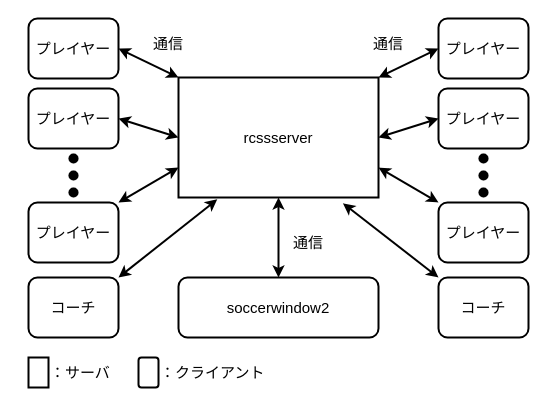
SuperTikuwa/thesis-images keeps this draw.io diagram as 2/environment.drawio. Above is the earlier version. Source tidied: cells renumbered, new cells numbered last; positions are measured from the earlier drawing's top-left corner, leaving out a move shared by most shapes. Both pictures are drawn from the tidied source at 100%, with x=0, y=0 at pixel (28, 18).
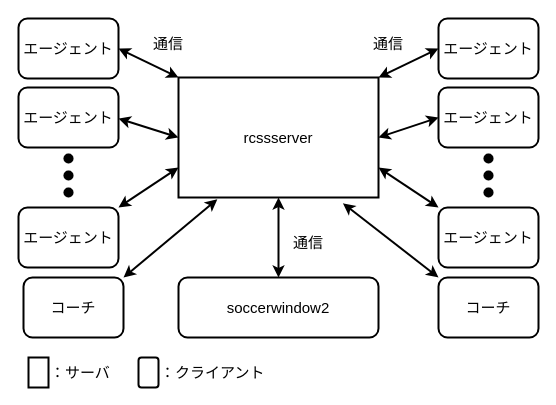
The same page after the edit.

Commit message:
environment.drawio を更新します

The change refers to these unchanged cells:
```xml
<mxCell id="2" value="rcssserver" style="rounded=0;whiteSpace=wrap;html=1;fontSize=15;strokeWidth=2;" parent="1" vertex="1">
  <mxGeometry x="150" y="59" width="200" height="120" as="geometry" />
</mxCell>
```

Change to the diagram source:
```diff
@@
-    <mxCell id="3" value="&lt;font style=&quot;font-size: 15px;&quot;&gt;プレイヤー&lt;/font&gt;" style="rounded=1;whiteSpace=wrap;html=1;fontSize=15;strokeWidth=2;" parent="1" vertex="1">
-      <mxGeometry width="90" height="60" as="geometry" />
-    </mxCell>
-    <mxCell id="4" value="プレイヤー" style="rounded=1;whiteSpace=wrap;html=1;fontSize=15;strokeWidth=2;" parent="1" vertex="1">
-      <mxGeometry y="70" width="90" height="60" as="geometry" />
-    </mxCell>
-    <mxCell id="5" value="プレイヤー" style="rounded=1;whiteSpace=wrap;html=1;fontSize=15;strokeWidth=2;" parent="1" vertex="1">
-      <mxGeometry x="410" width="90" height="60" as="geometry" />
+    <mxCell id="5" value="エージェント" style="rounded=1;whiteSpace=wrap;html=1;fontSize=15;strokeWidth=2;" parent="1" vertex="1">
+      <mxGeometry x="410" width="100" height="60" as="geometry" />
     </mxCell>
-    <mxCell id="6" value="プレイヤー" style="rounded=1;whiteSpace=wrap;html=1;fontSize=15;strokeWidth=2;" parent="1" vertex="1">
-      <mxGeometry y="184" width="90" height="60" as="geometry" />
-    </mxCell>
     <mxCell id="7" style="ellipse;whiteSpace=wrap;html=1;fontSize=15;strokeWidth=0;fillColor=#000000;" parent="1" vertex="1">
-      <mxGeometry x="40" y="135" width="10" height="10" as="geometry" />
+      <mxGeometry x="35" y="135" width="10" height="10" as="geometry" />
     </mxCell>
     <mxCell id="8" style="ellipse;whiteSpace=wrap;html=1;fontSize=15;strokeWidth=0;fillColor=#000000;" parent="1" vertex="1">
-      <mxGeometry x="40" y="152" width="10" height="10" as="geometry" />
+      <mxGeometry x="35" y="152" width="10" height="10" as="geometry" />
     </mxCell>
     <mxCell id="9" style="ellipse;whiteSpace=wrap;html=1;fontSize=15;strokeWidth=0;fillColor=#000000;" parent="1" vertex="1">
-      <mxGeometry x="40" y="169" width="10" height="10" as="geometry" />
+      <mxGeometry x="35" y="169" width="10" height="10" as="geometry" />
     </mxCell>
     <mxCell id="10" style="ellipse;whiteSpace=wrap;html=1;fontSize=15;strokeWidth=0;fillColor=#000000;" parent="1" vertex="1">
-      <mxGeometry x="450" y="135" width="10" height="10" as="geometry" />
+      <mxGeometry x="455" y="135" width="10" height="10" as="geometry" />
     </mxCell>
     <mxCell id="11" style="ellipse;whiteSpace=wrap;html=1;fontSize=15;strokeWidth=0;fillColor=#000000;" parent="1" vertex="1">
-      <mxGeometry x="450" y="152" width="10" height="10" as="geometry" />
+      <mxGeometry x="455" y="152" width="10" height="10" as="geometry" />
     </mxCell>
     <mxCell id="12" style="ellipse;whiteSpace=wrap;html=1;fontSize=15;strokeWidth=0;fillColor=#000000;" parent="1" vertex="1">
-      <mxGeometry x="450" y="169" width="10" height="10" as="geometry" />
+      <mxGeometry x="455" y="169" width="10" height="10" as="geometry" />
     </mxCell>
-    <mxCell id="13" value="プレイヤー" style="rounded=1;whiteSpace=wrap;html=1;fontSize=15;strokeWidth=2;" parent="1" vertex="1">
-      <mxGeometry x="410" y="70" width="90" height="60" as="geometry" />
-    </mxCell>
-    <mxCell id="14" value="プレイヤー" style="rounded=1;whiteSpace=wrap;html=1;fontSize=15;strokeWidth=2;" parent="1" vertex="1">
-      <mxGeometry x="410" y="184" width="90" height="60" as="geometry" />
-    </mxCell>
-    <mxCell id="15" style="endArrow=classic;startArrow=classic;html=1;rounded=0;fontSize=15;strokeWidth=2;entryX=0;entryY=0;entryDx=0;entryDy=0;exitX=1;exitY=0.5;exitDx=0;exitDy=0;" parent="1" edge="1" source="3" target="2">
+    <mxCell id="15" style="endArrow=classic;startArrow=classic;html=1;rounded=0;fontSize=15;strokeWidth=2;entryX=0;entryY=0;entryDx=0;entryDy=0;exitX=1;exitY=0.5;exitDx=0;exitDy=0;" parent="1" edge="1" source="37" target="2">
       <mxGeometry relative="1" as="geometry" />
     </mxCell>
-    <mxCell id="16" style="endArrow=classic;startArrow=classic;html=1;rounded=0;fontSize=15;strokeWidth=2;exitX=1;exitY=0.5;exitDx=0;exitDy=0;entryX=0;entryY=0.5;entryDx=0;entryDy=0;" parent="1" edge="1" source="4" target="2">
-      <mxGeometry relative="1" as="geometry" />
+    <mxCell id="16" style="endArrow=classic;startArrow=classic;html=1;rounded=0;fontSize=15;strokeWidth=2;exitX=1;exitY=0.5;exitDx=0;exitDy=0;entryX=0;entryY=0.5;entryDx=0;entryDy=0;" parent="1" edge="1" target="2">
+      <mxGeometry relative="1" as="geometry">
+        <mxPoint x="90" y="100" as="sourcePoint" />
+      </mxGeometry>
     </mxCell>
-    <mxCell id="17" style="endArrow=classic;startArrow=classic;html=1;rounded=0;fontSize=15;strokeWidth=2;exitX=1;exitY=0;exitDx=0;exitDy=0;entryX=0;entryY=0.75;entryDx=0;entryDy=0;" parent="1" edge="1" source="6" target="2">
+    <mxCell id="17" style="endArrow=classic;startArrow=classic;html=1;rounded=0;fontSize=15;strokeWidth=2;exitX=1;exitY=0;exitDx=0;exitDy=0;entryX=0;entryY=0.75;entryDx=0;entryDy=0;" parent="1" edge="1" source="38" target="2">
       <mxGeometry relative="1" as="geometry" />
     </mxCell>
@@
-    <mxCell id="19" style="endArrow=classic;startArrow=classic;html=1;rounded=0;fontSize=15;strokeWidth=2;exitX=0;exitY=0.5;exitDx=0;exitDy=0;entryX=1;entryY=0.5;entryDx=0;entryDy=0;" parent="1" edge="1" source="13" target="2">
+    <mxCell id="19" style="endArrow=classic;startArrow=classic;html=1;rounded=0;fontSize=15;strokeWidth=2;exitX=0;exitY=0.5;exitDx=0;exitDy=0;entryX=1;entryY=0.5;entryDx=0;entryDy=0;" parent="1" edge="1" source="36" target="2">
       <mxGeometry relative="1" as="geometry" />
     </mxCell>
-    <mxCell id="20" style="endArrow=classic;startArrow=classic;html=1;rounded=0;fontSize=15;strokeWidth=2;entryX=1;entryY=0.75;entryDx=0;entryDy=0;exitX=0;exitY=0;exitDx=0;exitDy=0;" parent="1" edge="1" source="14" target="2">
+    <mxCell id="20" style="endArrow=classic;startArrow=classic;html=1;rounded=0;fontSize=15;strokeWidth=2;entryX=1;entryY=0.75;entryDx=0;entryDy=0;exitX=0;exitY=0;exitDx=0;exitDy=0;" parent="1" edge="1" source="35" target="2">
       <mxGeometry relative="1" as="geometry" />
     </mxCell>
@@
-    <mxCell id="25" value="コーチ" style="rounded=1;whiteSpace=wrap;html=1;fontSize=15;strokeWidth=2;" parent="1" vertex="1">
-      <mxGeometry y="259" width="90" height="60" as="geometry" />
-    </mxCell>
@@
     <mxCell id="28" value="コーチ" style="rounded=1;whiteSpace=wrap;html=1;fontSize=15;strokeWidth=2;" parent="1" vertex="1">
-      <mxGeometry x="410" y="259" width="90" height="60" as="geometry" />
+      <mxGeometry x="410" y="259" width="100" height="60" as="geometry" />
     </mxCell>
@@
+    <mxCell id="25" value="コーチ" style="rounded=1;whiteSpace=wrap;html=1;fontSize=15;strokeWidth=2;" parent="1" vertex="1">
+      <mxGeometry x="-5" y="259" width="100" height="60" as="geometry" />
+    </mxCell>
+    <mxCell id="34" value="エージェント" style="rounded=1;whiteSpace=wrap;html=1;fontSize=15;strokeWidth=2;" parent="1" vertex="1">
+      <mxGeometry x="-10" y="69" width="100" height="60" as="geometry" />
+    </mxCell>
+    <mxCell id="35" value="エージェント" style="rounded=1;whiteSpace=wrap;html=1;fontSize=15;strokeWidth=2;" parent="1" vertex="1">
+      <mxGeometry x="410" y="189" width="100" height="60" as="geometry" />
+    </mxCell>
+    <mxCell id="36" value="エージェント" style="rounded=1;whiteSpace=wrap;html=1;fontSize=15;strokeWidth=2;" parent="1" vertex="1">
+      <mxGeometry x="410" y="69" width="100" height="60" as="geometry" />
+    </mxCell>
+    <mxCell id="37" value="エージェント" style="rounded=1;whiteSpace=wrap;html=1;fontSize=15;strokeWidth=2;" parent="1" vertex="1">
+      <mxGeometry x="-10" width="100" height="60" as="geometry" />
+    </mxCell>
+    <mxCell id="38" value="エージェント" style="rounded=1;whiteSpace=wrap;html=1;fontSize=15;strokeWidth=2;" parent="1" vertex="1">
+      <mxGeometry x="-10" y="189" width="100" height="60" as="geometry" />
+    </mxCell>
```
